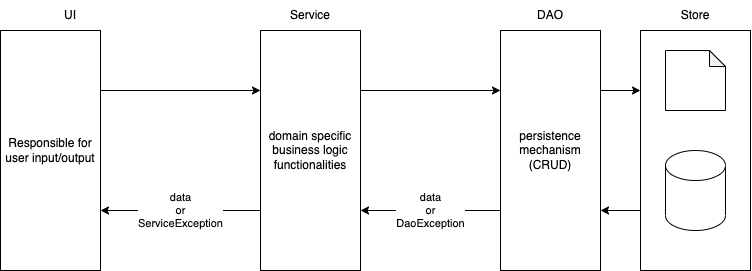
The draw.io diagram miniproject/concepts.dio.png in vinod-kayartaya/target-ready-2024, before a commit. Source tidied: cells renumbered, new cells last; positions are measured from the earlier drawing's top-left corner, leaving out a move shared by most shapes. Its diagram source:
```xml
<mxGraphModel>
  <root>
    <mxCell id="0" />
    <mxCell id="1" parent="0" />
    <mxCell id="2" style="edgeStyle=none;html=1;exitX=1;exitY=0.25;exitDx=0;exitDy=0;entryX=0;entryY=0.25;entryDx=0;entryDy=0;" parent="1" edge="1" source="3" target="7">
      <mxGeometry relative="1" as="geometry" />
    </mxCell>
    <mxCell id="3" value="Responsible for user input/output" style="rounded=0;whiteSpace=wrap;html=1;" parent="1" vertex="1">
      <mxGeometry y="30" width="100" height="240" as="geometry" />
    </mxCell>
    <mxCell id="4" value="UI" style="text;html=1;strokeColor=none;fillColor=none;align=center;verticalAlign=middle;whiteSpace=wrap;rounded=0;" parent="1" vertex="1">
      <mxGeometry x="20" width="100" height="30" as="geometry" />
    </mxCell>
    <mxCell id="5" value="data&lt;br&gt;or&lt;br&gt;ServiceException" style="edgeStyle=none;html=1;exitX=0;exitY=0.75;exitDx=0;exitDy=0;entryX=1;entryY=0.75;entryDx=0;entryDy=0;" parent="1" edge="1" source="7" target="3">
      <mxGeometry relative="1" as="geometry" />
    </mxCell>
    <mxCell id="6" style="edgeStyle=none;html=1;exitX=1;exitY=0.25;exitDx=0;exitDy=0;entryX=0;entryY=0.25;entryDx=0;entryDy=0;" parent="1" edge="1" source="7" target="12">
      <mxGeometry relative="1" as="geometry" />
    </mxCell>
    <mxCell id="7" value="domain specific business logic functionalities" style="rounded=0;whiteSpace=wrap;html=1;" parent="1" vertex="1">
      <mxGeometry x="260" y="30" width="100" height="240" as="geometry" />
    </mxCell>
    <mxCell id="8" value="Service" style="text;html=1;strokeColor=none;fillColor=none;align=center;verticalAlign=middle;whiteSpace=wrap;rounded=0;" parent="1" vertex="1">
      <mxGeometry x="260" width="100" height="30" as="geometry" />
    </mxCell>
    <mxCell id="9" value="DAO" style="text;html=1;strokeColor=none;fillColor=none;align=center;verticalAlign=middle;whiteSpace=wrap;rounded=0;" parent="1" vertex="1">
      <mxGeometry x="500" width="100" height="30" as="geometry" />
    </mxCell>
    <mxCell id="10" value="data&lt;br&gt;or&lt;br&gt;DaoException" style="edgeStyle=none;html=1;exitX=0;exitY=0.75;exitDx=0;exitDy=0;entryX=1;entryY=0.75;entryDx=0;entryDy=0;" parent="1" edge="1" source="12" target="7">
      <mxGeometry relative="1" as="geometry" />
    </mxCell>
    <mxCell id="11" style="edgeStyle=none;html=1;exitX=1;exitY=0.25;exitDx=0;exitDy=0;entryX=0;entryY=0.25;entryDx=0;entryDy=0;" parent="1" edge="1" source="12" target="14">
      <mxGeometry relative="1" as="geometry" />
    </mxCell>
    <mxCell id="12" value="persistence mechanism&lt;br&gt;(CRUD)" style="rounded=0;whiteSpace=wrap;html=1;" parent="1" vertex="1">
      <mxGeometry x="500" y="30" width="100" height="240" as="geometry" />
    </mxCell>
    <mxCell id="13" style="edgeStyle=none;html=1;exitX=0;exitY=0.75;exitDx=0;exitDy=0;entryX=1;entryY=0.75;entryDx=0;entryDy=0;" parent="1" edge="1" source="14" target="12">
      <mxGeometry relative="1" as="geometry" />
    </mxCell>
    <mxCell id="14" style="rounded=0;whiteSpace=wrap;html=1;" parent="1" vertex="1">
      <mxGeometry x="640" y="30" width="110" height="240" as="geometry" />
    </mxCell>
    <mxCell id="15" value="Store" style="text;html=1;strokeColor=none;fillColor=none;align=center;verticalAlign=middle;whiteSpace=wrap;rounded=0;" parent="1" vertex="1">
      <mxGeometry x="640" width="110" height="30" as="geometry" />
    </mxCell>
    <mxCell id="16" style="shape=note;whiteSpace=wrap;html=1;backgroundOutline=1;darkOpacity=0.05;size=16;" parent="1" vertex="1">
      <mxGeometry x="665" y="50" width="60" height="60" as="geometry" />
    </mxCell>
    <mxCell id="17" style="shape=cylinder3;whiteSpace=wrap;html=1;boundedLbl=1;backgroundOutline=1;size=15;" parent="1" vertex="1">
      <mxGeometry x="665" y="150" width="60" height="80" as="geometry" />
    </mxCell>
  </root>
</mxGraphModel>
```
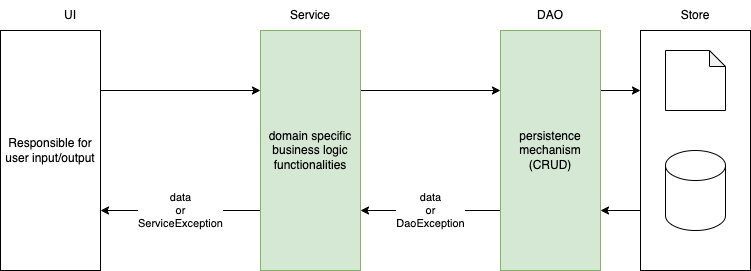
Later version of the same file.

Change to the diagram source:
```diff
@@ -17,7 +17,7 @@
     <mxCell id="6" style="edgeStyle=none;html=1;exitX=1;exitY=0.25;exitDx=0;exitDy=0;entryX=0;entryY=0.25;entryDx=0;entryDy=0;" parent="1" edge="1" source="7" target="12">
       <mxGeometry relative="1" as="geometry" />
     </mxCell>
-    <mxCell id="7" value="domain specific business logic functionalities" style="rounded=0;whiteSpace=wrap;html=1;" parent="1" vertex="1">
+    <mxCell id="7" value="domain specific business logic functionalities" style="rounded=0;whiteSpace=wrap;html=1;fillColor=#d5e8d4;strokeColor=#82b366;" parent="1" vertex="1">
       <mxGeometry x="260" y="30" width="100" height="240" as="geometry" />
     </mxCell>
     <mxCell id="8" value="Service" style="text;html=1;strokeColor=none;fillColor=none;align=center;verticalAlign=middle;whiteSpace=wrap;rounded=0;" parent="1" vertex="1">
@@ -32,7 +32,7 @@
     <mxCell id="11" style="edgeStyle=none;html=1;exitX=1;exitY=0.25;exitDx=0;exitDy=0;entryX=0;entryY=0.25;entryDx=0;entryDy=0;" parent="1" edge="1" source="12" target="14">
       <mxGeometry relative="1" as="geometry" />
     </mxCell>
-    <mxCell id="12" value="persistence mechanism&lt;br&gt;(CRUD)" style="rounded=0;whiteSpace=wrap;html=1;" parent="1" vertex="1">
+    <mxCell id="12" value="persistence mechanism&lt;br&gt;(CRUD)" style="rounded=0;whiteSpace=wrap;html=1;fillColor=#d5e8d4;strokeColor=#82b366;" parent="1" vertex="1">
       <mxGeometry x="500" y="30" width="100" height="240" as="geometry" />
     </mxCell>
     <mxCell id="13" style="edgeStyle=none;html=1;exitX=0;exitY=0.75;exitDx=0;exitDy=0;entryX=1;entryY=0.75;entryDx=0;entryDy=0;" parent="1" edge="1" source="14" target="12">
```
